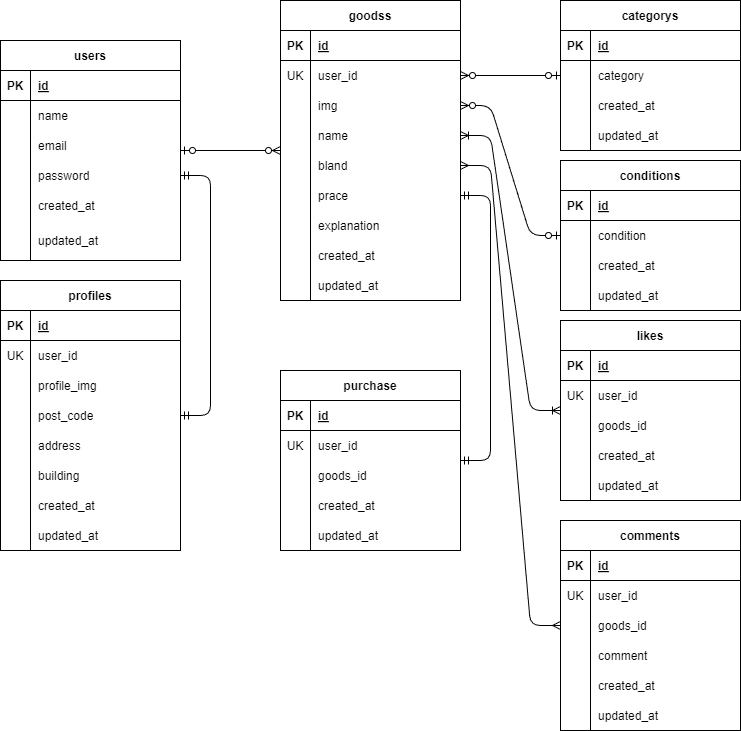
Earlier version of the draw.io export .drawio.png (akito1012/coachtechFurima). Source tidied: cells renumbered, new cells last; positions are measured from the earlier drawing's top-left corner, leaving out a move shared by most shapes.
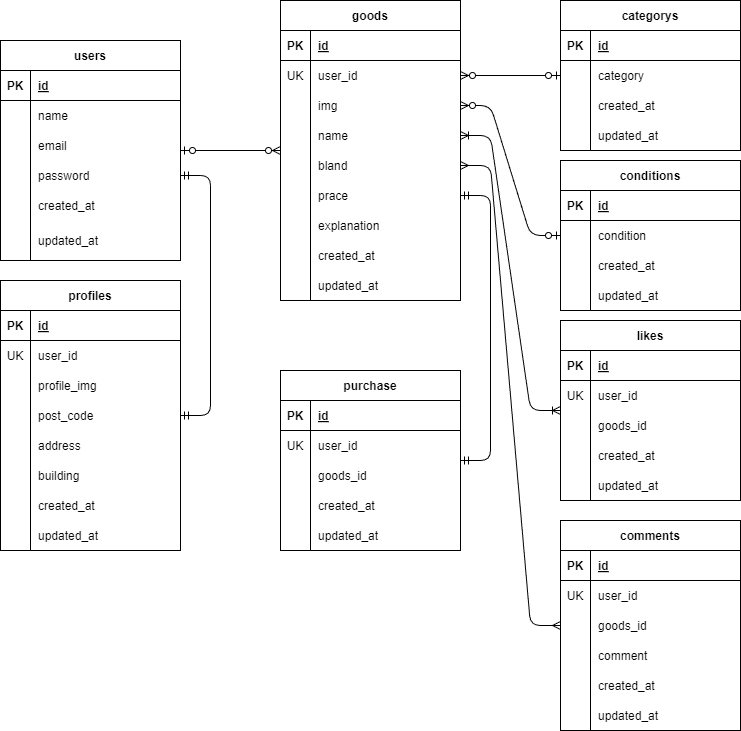
After the change.

The edit, as a diff of the source:
```diff
@@ -173,7 +173,7 @@
     <mxCell id="58" value="updated_at" style="shape=partialRectangle;fillColor=none;top=0;left=0;bottom=0;right=0;align=left;spacingLeft=6;overflow=hidden;" parent="56" vertex="1">
       <mxGeometry x="30" width="150" height="30" as="geometry" />
     </mxCell>
-    <mxCell id="59" value="goodss" style="shape=table;startSize=30;rowLines=0;fontStyle=1;align=center;" parent="1" vertex="1">
+    <mxCell id="59" value="goods" style="shape=table;startSize=30;rowLines=0;fontStyle=1;align=center;" parent="1" vertex="1">
       <mxGeometry x="280" width="180" height="300" as="geometry" />
     </mxCell>
     <mxCell id="60" style="shape=tableRow;horizontal=0;startSize=0;swimlaneHead=0;swimlaneBody=0;fillColor=none;top=0;left=0;right=0;bottom=1;" parent="59" vertex="1">
```
